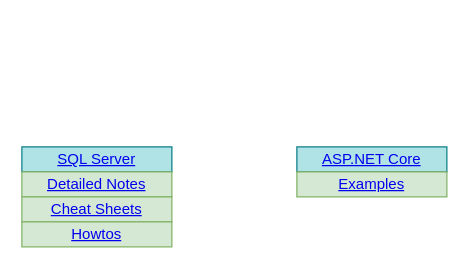
The draw.io diagram Diagram.drawio in kennyrnwilson/kennyrnwilson.github.io, before the edit. Source tidied: cells renumbered, new cells numbered last; positions are measured from the earlier drawing's top-left corner, leaving out a move shared by most shapes. Both pictures are drawn from the tidied source at 125%, with x=0, y=0 at pixel (21, 146).
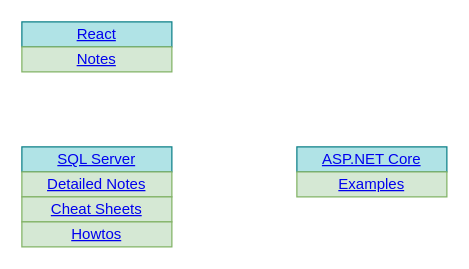
The same diagram, later.

Change to the diagram source:
```diff
@@
 <mxGraphModel>
   <root>
     <mxCell id="0" />
     <mxCell id="1" parent="0" />
     <mxCell id="2" value="&lt;a href=&quot;https://bitbucket.org/kennyrnwilson/sqlserverbasics/src/master/README.md&quot;&gt;SQL Server&lt;/a&gt;" style="rounded=0;whiteSpace=wrap;html=1;fillColor=#b0e3e6;strokeColor=#0e8088;" parent="1" vertex="1">
       <mxGeometry width="120" height="20" as="geometry" />
     </mxCell>
     <mxCell id="3" value="&lt;a href=&quot;https://bitbucket.org/kennyrnwilson/sqlserverbasics/src/master/docs/notes/notes.md&quot;&gt;Detailed Notes&lt;/a&gt;" style="rounded=0;whiteSpace=wrap;html=1;fillColor=#d5e8d4;strokeColor=#82b366;" parent="1" vertex="1">
       <mxGeometry y="20" width="120" height="20" as="geometry" />
     </mxCell>
     <mxCell id="4" value="&lt;a href=&quot;https://bitbucket.org/kennyrnwilson/sqlserverbasics/src/docs/cheatsheets/cheatsheets.md&quot;&gt;Cheat Sheets&lt;/a&gt;" style="rounded=0;whiteSpace=wrap;html=1;fillColor=#d5e8d4;strokeColor=#82b366;" parent="1" vertex="1">
       <mxGeometry y="40" width="120" height="20" as="geometry" />
     </mxCell>
     <mxCell id="5" value="&lt;a href=&quot;https://bitbucket.org/kennyrnwilson/sqlserverbasics/src/master/howtos/howtos.md&quot;&gt;Howtos&lt;/a&gt;" style="rounded=0;whiteSpace=wrap;html=1;fillColor=#d5e8d4;strokeColor=#82b366;" parent="1" vertex="1">
       <mxGeometry y="60" width="120" height="20" as="geometry" />
     </mxCell>
     <mxCell id="6" value="&lt;a href=&quot;https://github.com/kennyrnwilson/aspdotnetcore&quot;&gt;ASP.NET Core&lt;/a&gt;" style="rounded=0;whiteSpace=wrap;html=1;fillColor=#b0e3e6;strokeColor=#0e8088;" parent="1" vertex="1">
       <mxGeometry x="220" width="120" height="20" as="geometry" />
     </mxCell>
     <mxCell id="7" value="&lt;a href=&quot;https://github.com/kennyrnwilson/aspdotnetcore/blob/main/examples/README.MD&quot;&gt;Examples&lt;/a&gt;" style="rounded=0;whiteSpace=wrap;html=1;fillColor=#d5e8d4;strokeColor=#82b366;" parent="1" vertex="1">
       <mxGeometry x="220" y="20" width="120" height="20" as="geometry" />
     </mxCell>
+    <mxCell id="8" value="&lt;a href=&quot;https://github.com/kennyrnwilson/react&quot;&gt;React&lt;/a&gt;" style="rounded=0;whiteSpace=wrap;html=1;fillColor=#b0e3e6;strokeColor=#0e8088;" parent="1" vertex="1">
+      <mxGeometry y="-100" width="120" height="20" as="geometry" />
+    </mxCell>
+    <mxCell id="9" value="&lt;a href=&quot;https://github.com/kennyrnwilson/react/blob/main/notes/README.MD&quot;&gt;Notes&lt;/a&gt;" style="rounded=0;whiteSpace=wrap;html=1;fillColor=#d5e8d4;strokeColor=#82b366;" parent="1" vertex="1">
+      <mxGeometry y="-80" width="120" height="20" as="geometry" />
+    </mxCell>
   </root>
 </mxGraphModel>
```
